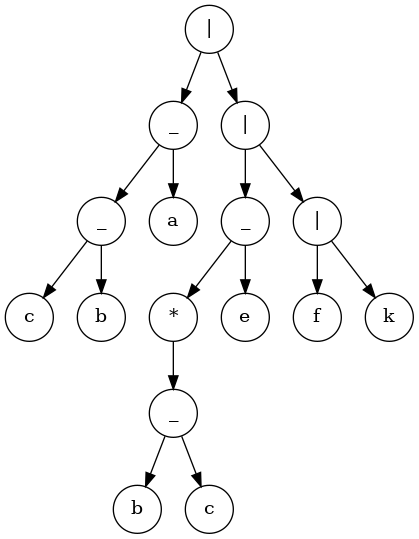
Before: tree_output.png, a diagram exported from Graphviz (x6x4/LAB2_URGENCY). Its source is kept beside it as tree_output.dot.
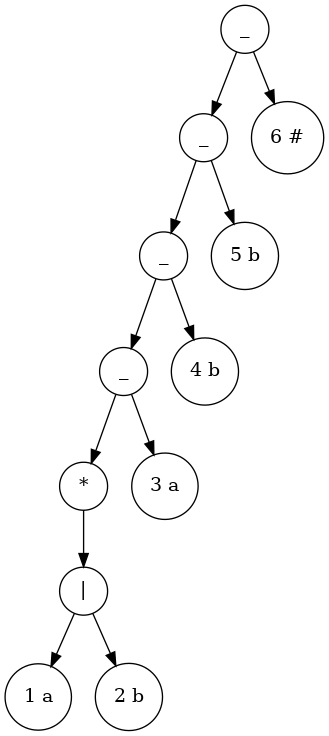
The same file after the commit.

What changed in the source:
```diff
@@ -1,34 +1,26 @@
 digraph Tree {
 node [shape=circle];
-94876466181328 [label="|"];
-94876466181328 -> 94876466180976;
-94876466180976 [label="_"];
-94876466180976 -> 94876466180912;
-94876466180912 [label="_"];
-94876466180912 -> 94876466180848;
-94876466180848 [label="c"];
-94876466180912 -> 94876466180880;
-94876466180880 [label="b"];
-94876466180976 -> 94876466180944;
-94876466180944 [label="a"];
-94876466181328 -> 94876466181296;
-94876466181296 [label="|"];
-94876466181296 -> 94876466181168;
-94876466181168 [label="_"];
-94876466181168 -> 94876466181104;
-94876466181104 [label="*"];
-94876466181104 -> 94876466181072;
-94876466181072 [label="_"];
-94876466181072 -> 94876466181008;
-94876466181008 [label="b"];
-94876466181072 -> 94876466181040;
-94876466181040 [label="c"];
-94876466181168 -> 94876466181136;
-94876466181136 [label="e"];
-94876466181296 -> 94876466181264;
-94876466181264 [label="|"];
-94876466181264 -> 94876466181200;
-94876466181200 [label="f"];
-94876466181264 -> 94876466181232;
-94876466181232 [label="k"];
+94111105930448 [label="_"];
+94111105930448 -> 94111105930352;
+94111105930352 [label="_"];
+94111105930352 -> 94111105930256;
+94111105930256 [label="_"];
+94111105930256 -> 94111105930160;
+94111105930160 [label="_"];
+94111105930160 -> 94111105930064;
+94111105930064 [label="*"];
+94111105930064 -> 94111105930016;
+94111105930016 [label="|"];
+94111105930016 -> 94111105929920;
+94111105929920 [label="1 a"];
+94111105930016 -> 94111105929968;
+94111105929968 [label="2 b"];
+94111105930160 -> 94111105930112;
+94111105930112 [label="3 a"];
+94111105930256 -> 94111105930208;
+94111105930208 [label="4 b"];
+94111105930352 -> 94111105930304;
+94111105930304 [label="5 b"];
+94111105930448 -> 94111105930400;
+94111105930400 [label="6 #"];
 }
```
